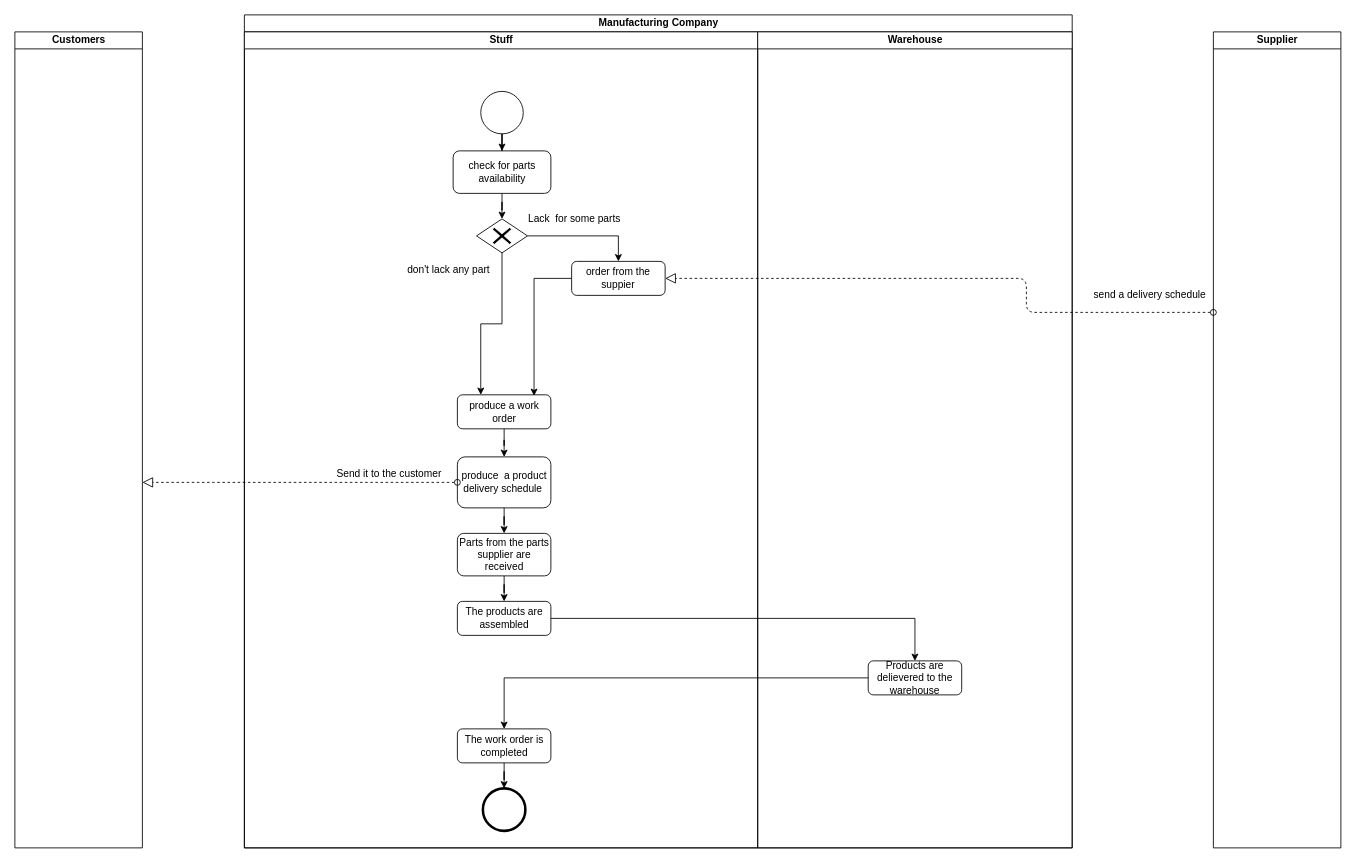
Before: Q2.drawio in RuichenPan/gitBasics, a draw.io diagram. Source tidied: cells renumbered, new cells numbered last; positions are measured from the earlier drawing's top-left corner, leaving out a move shared by most shapes. Both pictures are drawn from the tidied source at 85%, with x=0, y=0 at pixel (14, 14).
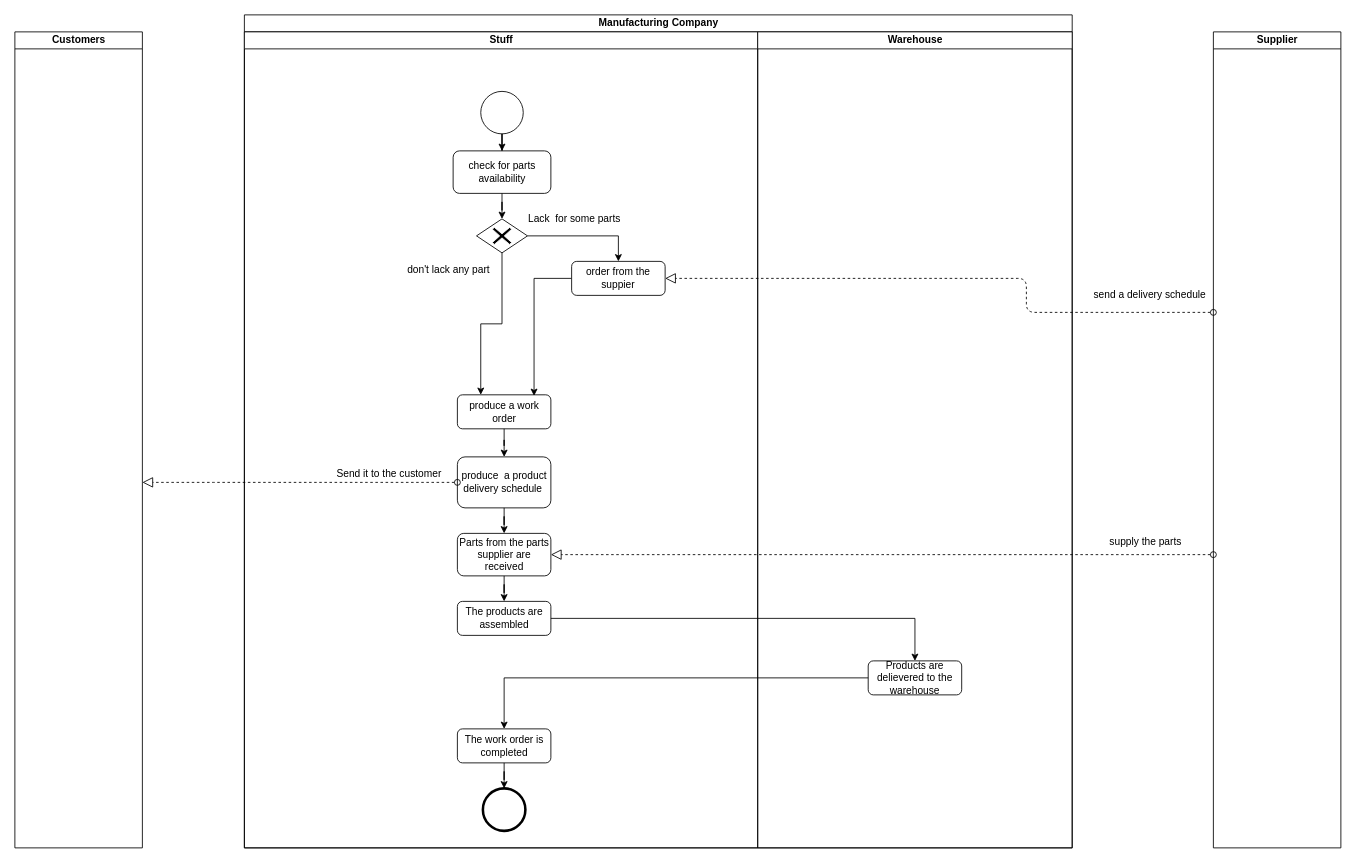
Above is the later version.

Unchanged cells that the change refers to:
```xml
<mxCell id="13" value="Parts from the parts supplier are received" style="shape=ext;rounded=1;html=1;whiteSpace=wrap;" parent="3" vertex="1">
  <mxGeometry x="250.6" y="590" width="110" height="50" as="geometry" />
</mxCell>
```

Change to the diagram source:
```diff
@@
+    <mxCell id="35" style="startArrow=oval;startFill=0;startSize=7;endArrow=block;endFill=0;endSize=10;dashed=1;html=1;entryX=1;entryY=0.5;entryDx=0;entryDy=0;" parent="1" edge="1" target="13">
+      <mxGeometry relative="1" as="geometry">
+        <mxPoint x="1410" y="635" as="sourcePoint" />
+      </mxGeometry>
+    </mxCell>
+    <mxCell id="36" value="supply the parts" style="text;html=1;align=center;verticalAlign=middle;" parent="1" vertex="1">
+      <mxGeometry x="1280" y="610" width="100" height="20" as="geometry" />
+    </mxCell>
```
